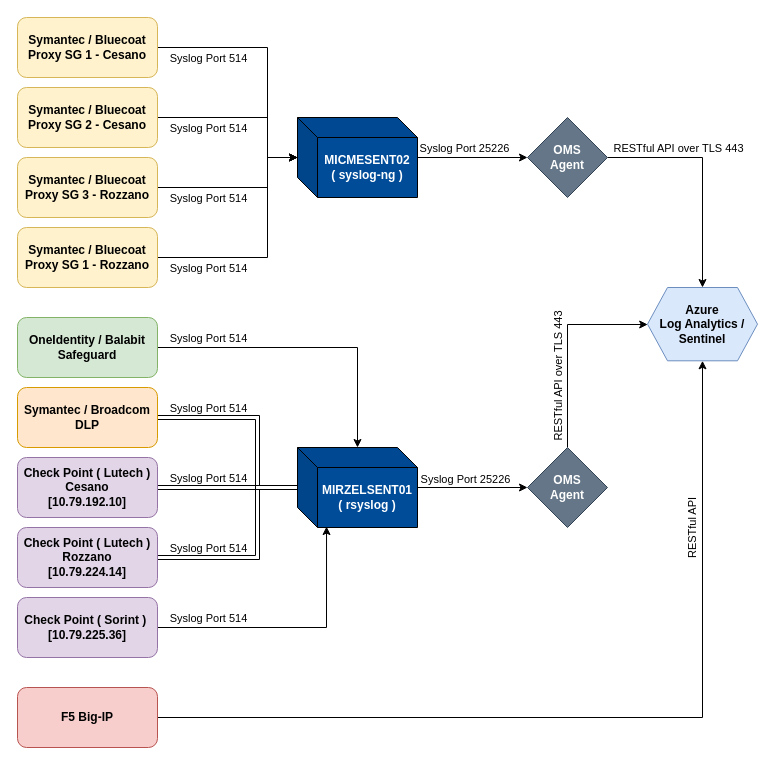
This is Untitled Diagram.drawio from KenBab/sentinel, a draw.io file, before an edit. Source tidied: cells renumbered, new cells numbered last; positions are measured from the earlier drawing's top-left corner, leaving out a move shared by most shapes. Both pictures are drawn from the tidied source at 100%, with x=0, y=0 at pixel (17, 17).
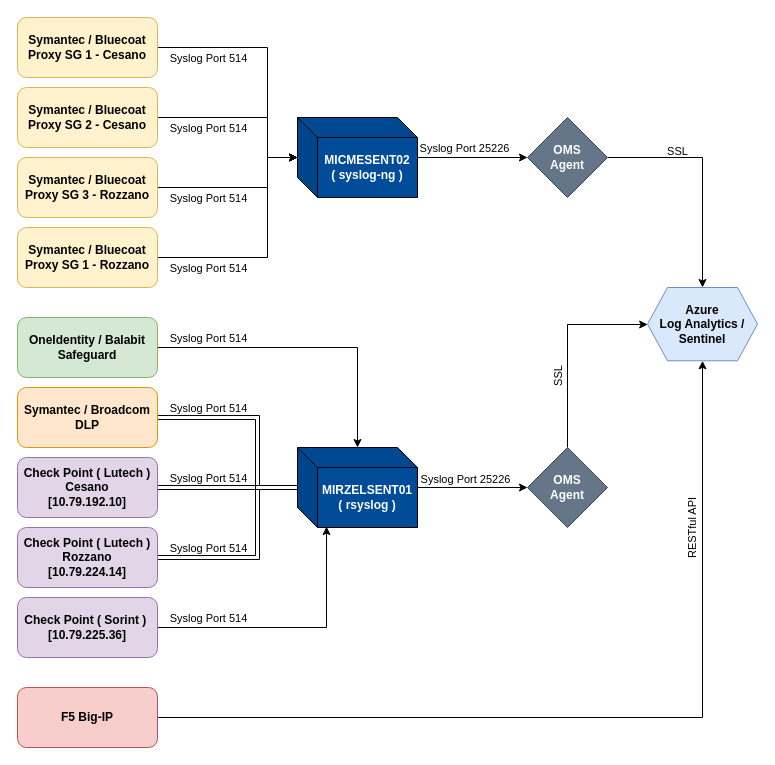
The same page after the edit.

The edit, as a diff of the source:
```diff
@@
-    <mxCell id="43" value="&lt;font color=&quot;#000000&quot;&gt;RESTful API over TLS 443&lt;/font&gt;" style="edgeLabel;html=1;align=center;verticalAlign=middle;fontColor=#FFFFFF;rotation=-90;labelBackgroundColor=none;" parent="1" vertex="1">
+    <mxCell id="43" value="&lt;font color=&quot;#000000&quot;&gt;SSL&lt;br&gt;&lt;/font&gt;" style="edgeLabel;html=1;align=center;verticalAlign=middle;fontColor=#FFFFFF;rotation=-90;labelBackgroundColor=none;" parent="1" vertex="1">
       <mxGeometry x="540" y="360" as="geometry" />
     </mxCell>
-    <mxCell id="44" value="&lt;font color=&quot;#000000&quot;&gt;RESTful API over TLS 443&lt;/font&gt;" style="edgeLabel;html=1;align=center;verticalAlign=middle;fontColor=#FFFFFF;rotation=0;labelBackgroundColor=none;" parent="1" vertex="1">
-      <mxGeometry x="660" y="130" as="geometry" />
+    <mxCell id="44" value="&lt;font color=&quot;#000000&quot;&gt;SSL&lt;br&gt;&lt;/font&gt;" style="edgeLabel;html=1;align=center;verticalAlign=middle;fontColor=#FFFFFF;rotation=0;labelBackgroundColor=none;" parent="1" vertex="1">
+      <mxGeometry x="660" y="130" as="geometry">
+        <mxPoint x="-1" y="3" as="offset" />
+      </mxGeometry>
     </mxCell>
```
